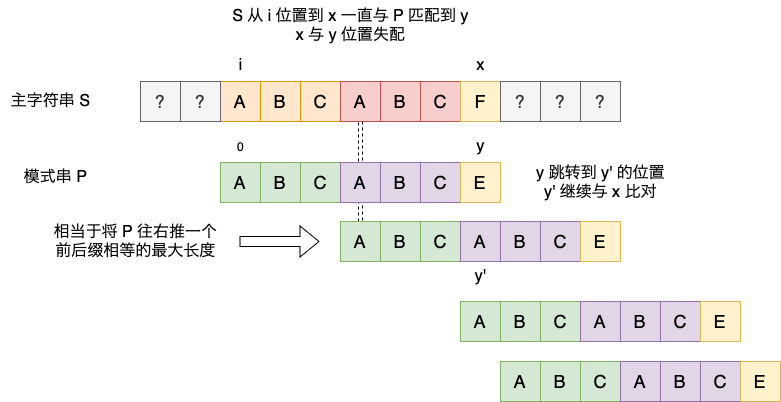
Above: algorithm/kmp-2.png in merlotliu/merlotliu-pics (draw.io), before the change. Source tidied: cells renumbered, new cells last; positions are measured from the earlier drawing's top-left corner, leaving out a move shared by most shapes.
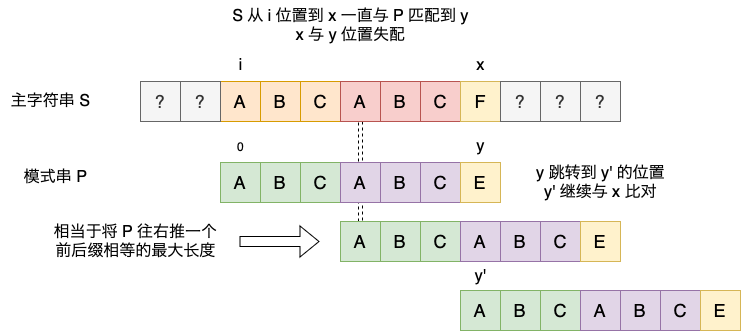
After the change.

Diff of the diagram source:
```diff
@@ -123,46 +123,25 @@
       <mxGeometry x="220" width="260" height="50" as="geometry" />
     </mxCell>
     <mxCell id="40" value="&lt;font style=&quot;font-size: 18px;&quot;&gt;A&lt;/font&gt;" style="rounded=0;whiteSpace=wrap;html=1;fillColor=#d5e8d4;strokeColor=#82b366;" parent="1" vertex="1">
-      <mxGeometry x="460" y="301" width="40" height="40" as="geometry" />
+      <mxGeometry x="460" y="290" width="40" height="40" as="geometry" />
     </mxCell>
     <mxCell id="41" value="&lt;font style=&quot;font-size: 18px;&quot;&gt;B&lt;/font&gt;" style="rounded=0;whiteSpace=wrap;html=1;fillColor=#d5e8d4;strokeColor=#82b366;" parent="1" vertex="1">
-      <mxGeometry x="500" y="301" width="40" height="40" as="geometry" />
+      <mxGeometry x="500" y="290" width="40" height="40" as="geometry" />
     </mxCell>
     <mxCell id="42" value="&lt;font size=&quot;4&quot;&gt;C&lt;/font&gt;" style="rounded=0;whiteSpace=wrap;html=1;fillColor=#d5e8d4;strokeColor=#82b366;" parent="1" vertex="1">
-      <mxGeometry x="540" y="301" width="40" height="40" as="geometry" />
+      <mxGeometry x="540" y="290" width="40" height="40" as="geometry" />
     </mxCell>
     <mxCell id="43" value="&lt;font style=&quot;font-size: 18px;&quot;&gt;A&lt;/font&gt;" style="rounded=0;whiteSpace=wrap;html=1;fillColor=#e1d5e7;strokeColor=#9673a6;" parent="1" vertex="1">
-      <mxGeometry x="580" y="301" width="40" height="40" as="geometry" />
+      <mxGeometry x="580" y="290" width="40" height="40" as="geometry" />
     </mxCell>
     <mxCell id="44" value="&lt;font size=&quot;4&quot;&gt;C&lt;/font&gt;" style="rounded=0;whiteSpace=wrap;html=1;fillColor=#e1d5e7;strokeColor=#9673a6;" parent="1" vertex="1">
-      <mxGeometry x="660" y="301" width="40" height="40" as="geometry" />
+      <mxGeometry x="660" y="290" width="40" height="40" as="geometry" />
     </mxCell>
     <mxCell id="45" value="&lt;font style=&quot;font-size: 18px;&quot;&gt;B&lt;/font&gt;" style="rounded=0;whiteSpace=wrap;html=1;fillColor=#e1d5e7;strokeColor=#9673a6;" parent="1" vertex="1">
-      <mxGeometry x="620" y="301" width="40" height="40" as="geometry" />
+      <mxGeometry x="620" y="290" width="40" height="40" as="geometry" />
     </mxCell>
     <mxCell id="46" value="&lt;font size=&quot;4&quot;&gt;E&lt;/font&gt;" style="rounded=0;whiteSpace=wrap;html=1;fillColor=#fff2cc;strokeColor=#d6b656;" parent="1" vertex="1">
-      <mxGeometry x="700" y="301" width="40" height="40" as="geometry" />
+      <mxGeometry x="700" y="290" width="40" height="40" as="geometry" />
     </mxCell>
-    <mxCell id="47" value="&lt;font style=&quot;font-size: 18px;&quot;&gt;A&lt;/font&gt;" style="rounded=0;whiteSpace=wrap;html=1;fillColor=#d5e8d4;strokeColor=#82b366;" parent="1" vertex="1">
-      <mxGeometry x="500" y="361" width="40" height="40" as="geometry" />
-    </mxCell>
-    <mxCell id="48" value="&lt;font style=&quot;font-size: 18px;&quot;&gt;B&lt;/font&gt;" style="rounded=0;whiteSpace=wrap;html=1;fillColor=#d5e8d4;strokeColor=#82b366;" parent="1" vertex="1">
-      <mxGeometry x="540" y="361" width="40" height="40" as="geometry" />
-    </mxCell>
-    <mxCell id="49" value="&lt;font size=&quot;4&quot;&gt;C&lt;/font&gt;" style="rounded=0;whiteSpace=wrap;html=1;fillColor=#d5e8d4;strokeColor=#82b366;" parent="1" vertex="1">
-      <mxGeometry x="580" y="361" width="40" height="40" as="geometry" />
-    </mxCell>
-    <mxCell id="50" value="&lt;font style=&quot;font-size: 18px;&quot;&gt;A&lt;/font&gt;" style="rounded=0;whiteSpace=wrap;html=1;fillColor=#e1d5e7;strokeColor=#9673a6;" parent="1" vertex="1">
-      <mxGeometry x="620" y="361" width="40" height="40" as="geometry" />
-    </mxCell>
-    <mxCell id="51" value="&lt;font size=&quot;4&quot;&gt;C&lt;/font&gt;" style="rounded=0;whiteSpace=wrap;html=1;fillColor=#e1d5e7;strokeColor=#9673a6;" parent="1" vertex="1">
-      <mxGeometry x="700" y="361" width="40" height="40" as="geometry" />
-    </mxCell>
-    <mxCell id="52" value="&lt;font style=&quot;font-size: 18px;&quot;&gt;B&lt;/font&gt;" style="rounded=0;whiteSpace=wrap;html=1;fillColor=#e1d5e7;strokeColor=#9673a6;" parent="1" vertex="1">
-      <mxGeometry x="660" y="361" width="40" height="40" as="geometry" />
-    </mxCell>
-    <mxCell id="53" value="&lt;font size=&quot;4&quot;&gt;E&lt;/font&gt;" style="rounded=0;whiteSpace=wrap;html=1;fillColor=#fff2cc;strokeColor=#d6b656;" parent="1" vertex="1">
-      <mxGeometry x="740" y="361" width="40" height="40" as="geometry" />
-    </mxCell>
   </root>
 </mxGraphModel>
```
